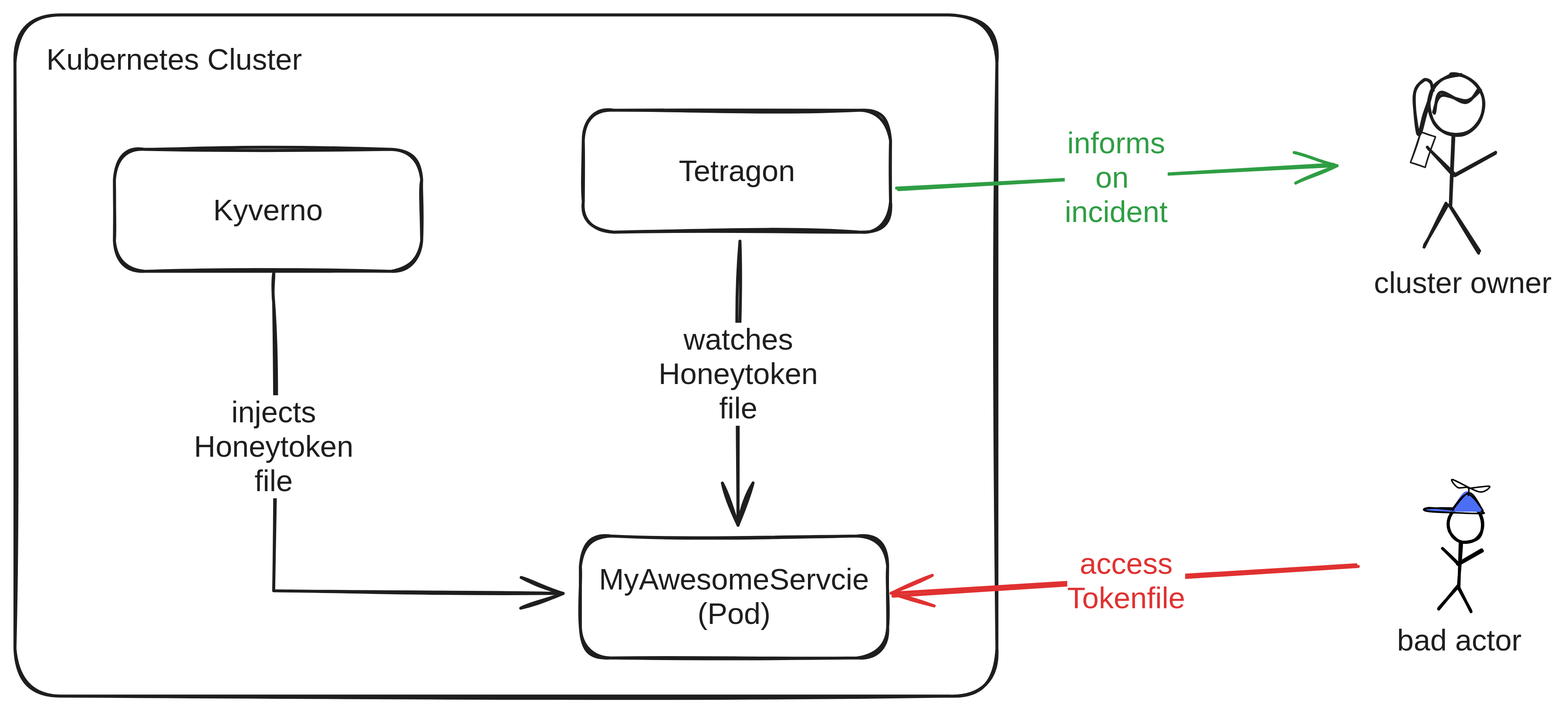
The Excalidraw diagram presentation/public/dynatrace_diagram.excalidraw.svg in patrickpichler/beesting_talk, before a commit. Source tidied: one line per element, renumbered; positions are measured from the earlier drawing's top-left corner, leaving out a move shared by most shapes. Its diagram source:
```json
{"id": 0, "type": "rectangle", "strokeColor": "#1e1e1e", "strokeWidth": 2, "roughness": 1, "round": true, "x": 0, "y": 0, "width": 658, "height": 456}
{"id": 1, "type": "text", "text": "Kubernetes Cluster", "strokeColor": "#1e1e1e", "strokeWidth": 2, "roughness": 1, "fontSize": 20, "fontFamily": 2, "x": 21, "y": 19, "width": 171, "height": 23}
{"id": 2, "type": "rectangle", "strokeColor": "#1e1e1e", "strokeWidth": 2, "roughness": 1, "round": true, "x": 379, "y": 349, "width": 206, "height": 82}
{"id": 3, "type": "text", "text": "MyAwesomeServcie\n(Pod)", "strokeColor": "#1e1e1e", "strokeWidth": 2, "roughness": 1, "fontSize": 20, "fontFamily": 2, "textAlign": "center", "verticalAlign": "middle", "inside": 2, "x": 391, "y": 367, "width": 181, "height": 46}
{"id": 4, "type": "arrow", "strokeColor": "#1e1e1e", "strokeWidth": 2, "roughness": 1, "endArrowhead": "arrow", "from": 10, "to": 2, "x": 173, "y": 173, "width": 194, "height": 215, "points": [[0, 0], [0, 20], [0, 213], [194, 215]]}
{"id": 5, "type": "text", "text": "injects\nHoneytoken\nfile", "strokeColor": "#1e1e1e", "strokeWidth": 2, "roughness": 1, "fontSize": 20, "fontFamily": 2, "textAlign": "center", "verticalAlign": "middle", "inside": 4, "x": 120, "y": 255, "width": 107, "height": 69}
{"id": 6, "type": "arrow", "strokeColor": "#1e1e1e", "strokeWidth": 2, "roughness": 1, "endArrowhead": "arrow", "from": 8, "to": 2, "x": 485, "y": 152, "width": 1, "height": 190, "points": [[0, 0], [-1, 89], [-1, 190]]}
{"id": 7, "type": "text", "text": "watches\nHoneytoken\nfile", "strokeColor": "#1e1e1e", "strokeWidth": 2, "roughness": 1, "fontSize": 20, "fontFamily": 2, "textAlign": "center", "verticalAlign": "middle", "inside": 6, "x": 431, "y": 206, "width": 107, "height": 69}
{"id": 8, "type": "rectangle", "strokeColor": "#1e1e1e", "strokeWidth": 2, "roughness": 1, "round": true, "x": 381, "y": 64, "width": 206, "height": 82}
{"id": 9, "type": "text", "text": "Tetragon", "strokeColor": "#1e1e1e", "strokeWidth": 2, "roughness": 1, "fontSize": 20, "fontFamily": 2, "textAlign": "center", "verticalAlign": "middle", "inside": 8, "x": 445, "y": 93, "width": 78, "height": 23}
{"id": 10, "type": "rectangle", "strokeColor": "#1e1e1e", "strokeWidth": 2, "roughness": 1, "round": true, "x": 67, "y": 90, "width": 206, "height": 82}
{"id": 11, "type": "text", "text": "Kyverno", "strokeColor": "#1e1e1e", "strokeWidth": 2, "roughness": 1, "fontSize": 20, "fontFamily": 2, "textAlign": "center", "verticalAlign": "middle", "inside": 10, "x": 133, "y": 119, "width": 73, "height": 23}
{"id": 12, "type": "arrow", "strokeColor": "#e03131", "strokeWidth": 2, "roughness": 1, "endArrowhead": "arrow", "round": true, "from": 23, "to": 2, "x": 900, "y": 370, "width": 311, "height": 20, "points": [[0, 0], [-311, 20]]}
{"id": 13, "type": "text", "text": "access\nTokenfile", "strokeColor": "#e03131", "strokeWidth": 2, "roughness": 1, "fontSize": 20, "fontFamily": 2, "textAlign": "center", "verticalAlign": "middle", "inside": 12, "x": 660, "y": 359, "width": 79, "height": 46}
{"id": 14, "type": "ellipse", "strokeColor": "#000000", "strokeWidth": 2, "roughness": 1, "x": 960, "y": 329, "width": 23, "height": 25}
{"id": 15, "type": "line", "strokeColor": "#000000", "backgroundColor": "#ced4da", "fillStyle": "solid", "strokeWidth": 2, "roughness": 1, "round": true, "x": 968, "y": 354, "width": 1, "height": 29, "points": [[0, 0], [-1, 29]]}
{"id": 16, "type": "line", "strokeColor": "#000000", "backgroundColor": "#ced4da", "fillStyle": "solid", "strokeWidth": 2, "roughness": 1, "round": true, "x": 967, "y": 383, "width": 8, "height": 16, "points": [[0, 0], [8, 16]]}
{"id": 17, "type": "line", "strokeColor": "#000000", "backgroundColor": "#ced4da", "fillStyle": "solid", "strokeWidth": 2, "roughness": 1, "round": true, "x": 966, "y": 382, "width": 13, "height": 15, "points": [[0, 0], [-13, 15]]}
{"id": 18, "type": "line", "strokeColor": "#000000", "backgroundColor": "#ced4da", "fillStyle": "solid", "strokeWidth": 2, "roughness": 1, "round": true, "x": 956, "y": 358, "width": 11, "height": 11, "points": [[0, 0], [11, 11]]}
{"id": 19, "type": "line", "strokeColor": "#000000", "backgroundColor": "#ced4da", "fillStyle": "solid", "strokeWidth": 2, "roughness": 1, "round": true, "x": 967, "y": 368, "width": 16, "height": 9, "points": [[0, 0], [16, -9]]}
{"id": 20, "type": "line", "strokeColor": "#000000", "backgroundColor": "#4c6ef5", "fillStyle": "solid", "strokeWidth": 1, "roughness": 1, "round": true, "x": 962, "y": 331, "width": 36, "height": 13, "points": [[0, 0], [11, -10], [20, 0], [19, 2], [18, 3], [-15, 1], [-16, -1], [0, 0]]}
{"id": 21, "type": "line", "strokeColor": "#000000", "strokeWidth": 1, "roughness": 0, "round": true, "x": 973, "y": 322, "width": 25, "height": 11, "points": [[0, 0], [0, -5], [-7, -5], [-11, -11], [7, -2], [14, -6], [1, -5]]}
{"id": 22, "type": "text", "text": "bad actor", "strokeColor": "#1e1e1e", "strokeWidth": 2, "roughness": 1, "fontSize": 20, "fontFamily": 2, "x": 925, "y": 408, "width": 83, "height": 23}
{"id": 23, "type": "rectangle", "strokeColor": "transparent", "strokeWidth": 2, "roughness": 1, "round": true, "x": 908, "y": 299, "width": 115, "height": 135}
{"id": 24, "type": "ellipse", "strokeColor": "#1e1e1e", "strokeWidth": 2, "roughness": 1, "x": 947, "y": 40, "width": 37, "height": 41}
{"id": 25, "type": "line", "strokeColor": "#1e1e1e", "backgroundColor": "#ced4da", "fillStyle": "solid", "strokeWidth": 2, "roughness": 1, "round": true, "x": 963, "y": 81, "width": 2, "height": 47, "points": [[0, 0], [-2, 47]]}
{"id": 26, "type": "line", "strokeColor": "#1e1e1e", "backgroundColor": "#ced4da", "fillStyle": "solid", "strokeWidth": 2, "roughness": 1, "round": true, "x": 961, "y": 129, "width": 19, "height": 29, "points": [[0, 0], [19, 29]]}
{"id": 27, "type": "line", "strokeColor": "#1e1e1e", "backgroundColor": "#ced4da", "fillStyle": "solid", "strokeWidth": 2, "roughness": 1, "round": true, "x": 959, "y": 127, "width": 16, "height": 27, "points": [[0, 0], [-16, 27]]}
{"id": 28, "type": "line", "strokeColor": "#1e1e1e", "backgroundColor": "#ced4da", "fillStyle": "solid", "strokeWidth": 2, "roughness": 1, "round": true, "x": 945, "y": 90, "width": 18, "height": 17, "points": [[0, 0], [18, 17]]}
{"id": 29, "type": "line", "strokeColor": "#1e1e1e", "backgroundColor": "#ced4da", "fillStyle": "solid", "strokeWidth": 2, "roughness": 1, "round": true, "x": 965, "y": 107, "width": 26, "height": 15, "points": [[0, 0], [26, -15]]}
{"id": 30, "type": "line", "strokeColor": "#1e1e1e", "strokeWidth": 2, "roughness": 1, "round": true, "x": 980, "y": 51, "width": 31, "height": 15, "points": [[0, 0], [-10, 7], [-25, 3], [-31, 15]]}
{"id": 31, "type": "line", "strokeColor": "#1e1e1e", "strokeWidth": 2, "roughness": 1, "round": true, "x": 949, "y": 51, "width": 12, "height": 36, "points": [[0, 0], [-1, -6], [-6, -7], [-12, 3], [-9, 29], [-5, 16], [0, 0]]}
{"id": 32, "type": "rectangle", "strokeColor": "#1e1e1e", "angle": 0.32, "strokeWidth": 1, "roughness": 1, "x": 938, "y": 79, "width": 10, "height": 22}
{"id": 33, "type": "text", "text": "cluster owner", "strokeColor": "#1e1e1e", "strokeWidth": 2, "roughness": 1, "fontSize": 20, "fontFamily": 2, "x": 910, "y": 168, "width": 119, "height": 23}
{"id": 34, "type": "rectangle", "strokeColor": "transparent", "strokeWidth": 2, "roughness": 1, "round": true, "x": 897, "y": 34, "width": 133, "height": 167}
{"id": 35, "type": "arrow", "strokeColor": "#2f9e44", "strokeWidth": 2, "roughness": 1, "endArrowhead": "arrow", "round": true, "from": 8, "to": 34, "x": 591, "y": 117, "width": 292, "height": 16, "points": [[0, 0], [292, -16]]}
{"id": 36, "type": "text", "text": "informs\non \nincident", "strokeColor": "#2f9e44", "strokeWidth": 2, "roughness": 1, "fontSize": 20, "fontFamily": 2, "textAlign": "center", "verticalAlign": "middle", "inside": 35, "x": 663, "y": 64, "width": 69, "height": 69}
```
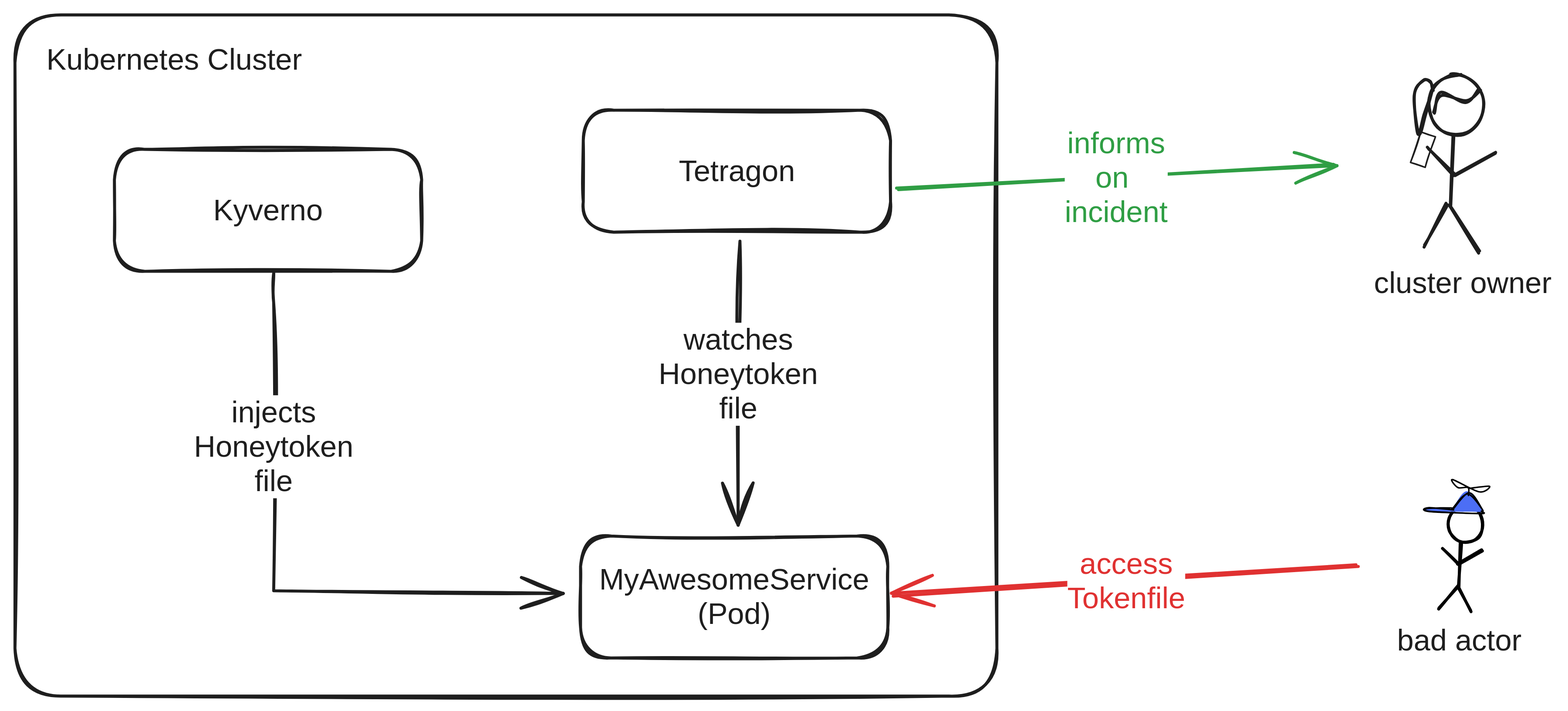
The same diagram one commit later.

What changed in the source:
```diff
@@ -1,7 +1,7 @@
 {"id": 0, "type": "rectangle", "strokeColor": "#1e1e1e", "strokeWidth": 2, "roughness": 1, "round": true, "x": 0, "y": 0, "width": 658, "height": 456}
 {"id": 1, "type": "text", "text": "Kubernetes Cluster", "strokeColor": "#1e1e1e", "strokeWidth": 2, "roughness": 1, "fontSize": 20, "fontFamily": 2, "x": 21, "y": 19, "width": 171, "height": 23}
 {"id": 2, "type": "rectangle", "strokeColor": "#1e1e1e", "strokeWidth": 2, "roughness": 1, "round": true, "x": 379, "y": 349, "width": 206, "height": 82}
-{"id": 3, "type": "text", "text": "MyAwesomeServcie\n(Pod)", "strokeColor": "#1e1e1e", "strokeWidth": 2, "roughness": 1, "fontSize": 20, "fontFamily": 2, "textAlign": "center", "verticalAlign": "middle", "inside": 2, "x": 391, "y": 367, "width": 181, "height": 46}
+{"id": 3, "type": "text", "text": "MyAwesomeService\n(Pod)", "strokeColor": "#1e1e1e", "strokeWidth": 2, "roughness": 1, "fontSize": 20, "fontFamily": 2, "textAlign": "center", "verticalAlign": "middle", "inside": 2, "x": 391, "y": 367, "width": 181, "height": 46}
 {"id": 4, "type": "arrow", "strokeColor": "#1e1e1e", "strokeWidth": 2, "roughness": 1, "endArrowhead": "arrow", "from": 10, "to": 2, "x": 173, "y": 173, "width": 194, "height": 215, "points": [[0, 0], [0, 20], [0, 213], [194, 215]]}
 {"id": 5, "type": "text", "text": "injects\nHoneytoken\nfile", "strokeColor": "#1e1e1e", "strokeWidth": 2, "roughness": 1, "fontSize": 20, "fontFamily": 2, "textAlign": "center", "verticalAlign": "middle", "inside": 4, "x": 120, "y": 255, "width": 107, "height": 69}
 {"id": 6, "type": "arrow", "strokeColor": "#1e1e1e", "strokeWidth": 2, "roughness": 1, "endArrowhead": "arrow", "from": 8, "to": 2, "x": 485, "y": 152, "width": 1, "height": 190, "points": [[0, 0], [-1, 89], [-1, 190]]}
```
